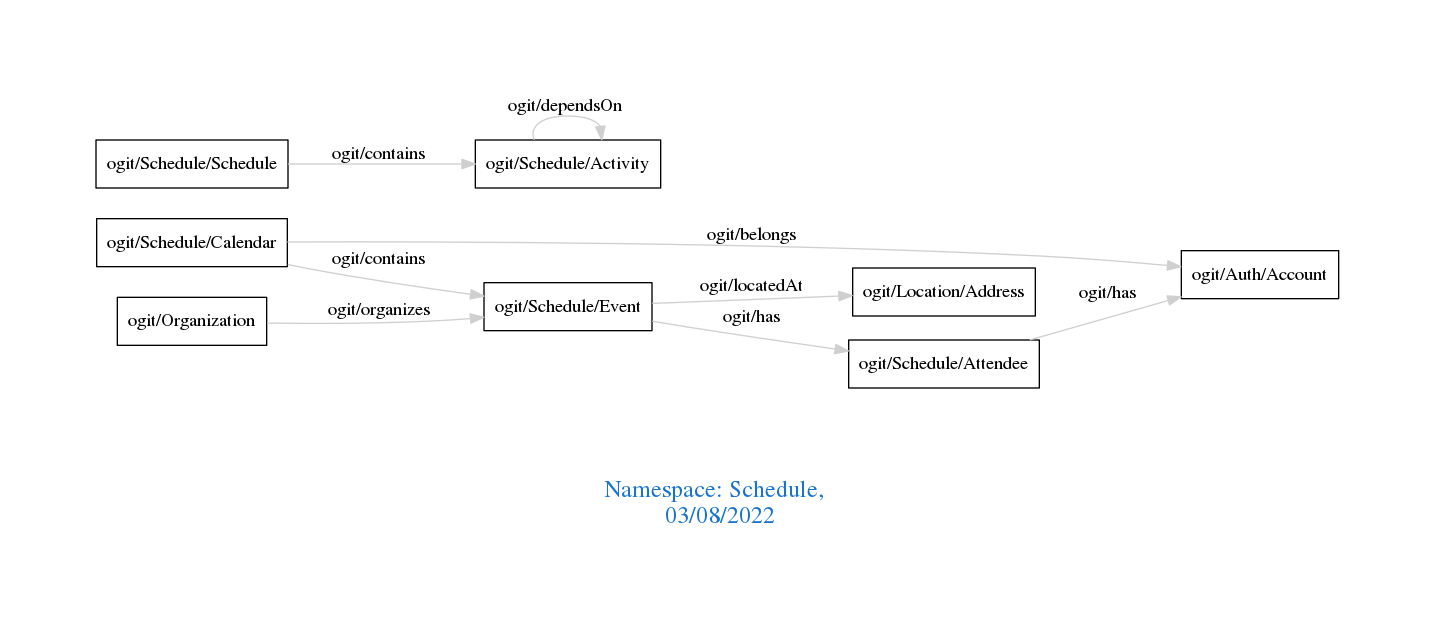
Earlier version of the Graphviz export downloads/Schedule.png (arago/OGIT). Its source is kept beside it as downloads/Schedule.dot.
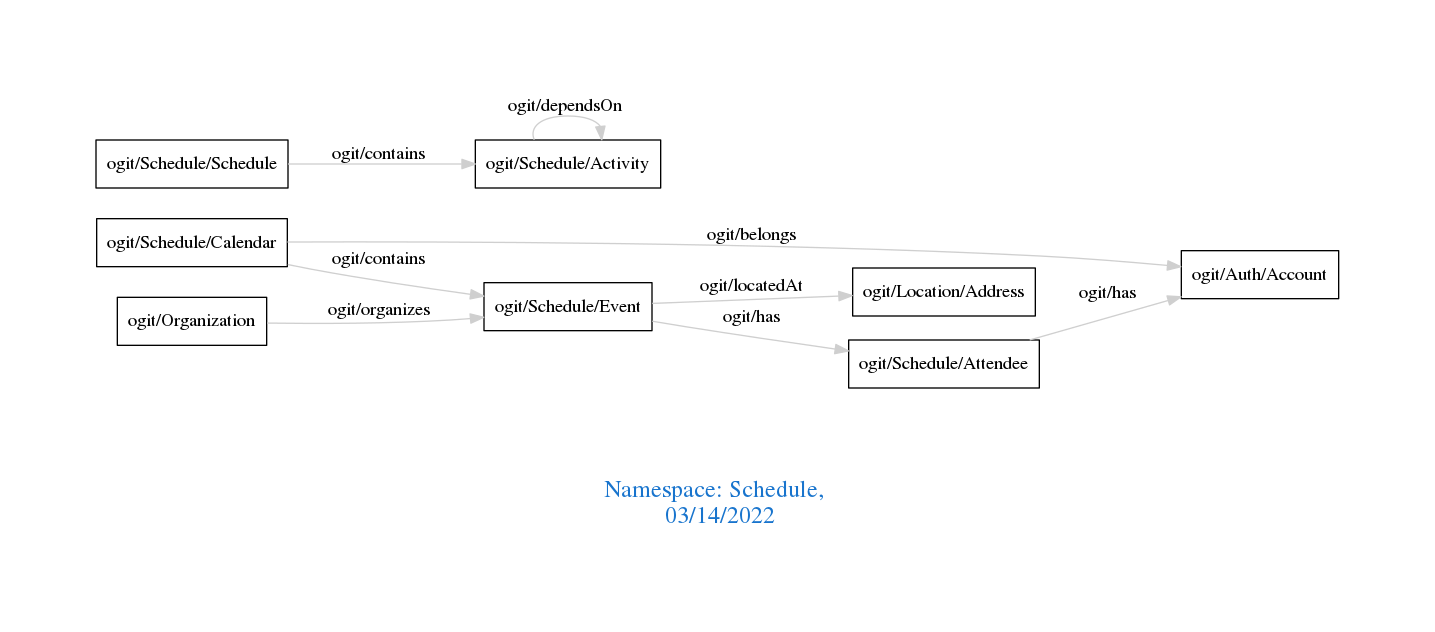
The same diagram one commit later.

Diff of the diagram source:
```diff
@@ -1,7 +1,7 @@
 digraph OGIT_ontology {
  graph [ rankdir= LR,pad=1
 fontsize = 18,
-fontcolor= dodgerblue3,label = "\n\n\nNamespace: Schedule, \n 03/08/2022"];
+fontcolor= dodgerblue3,label = "\n\n\nNamespace: Schedule, \n 03/14/2022"];
 node[shape=polygon];
 edge [  color="gray81"];
 
```
